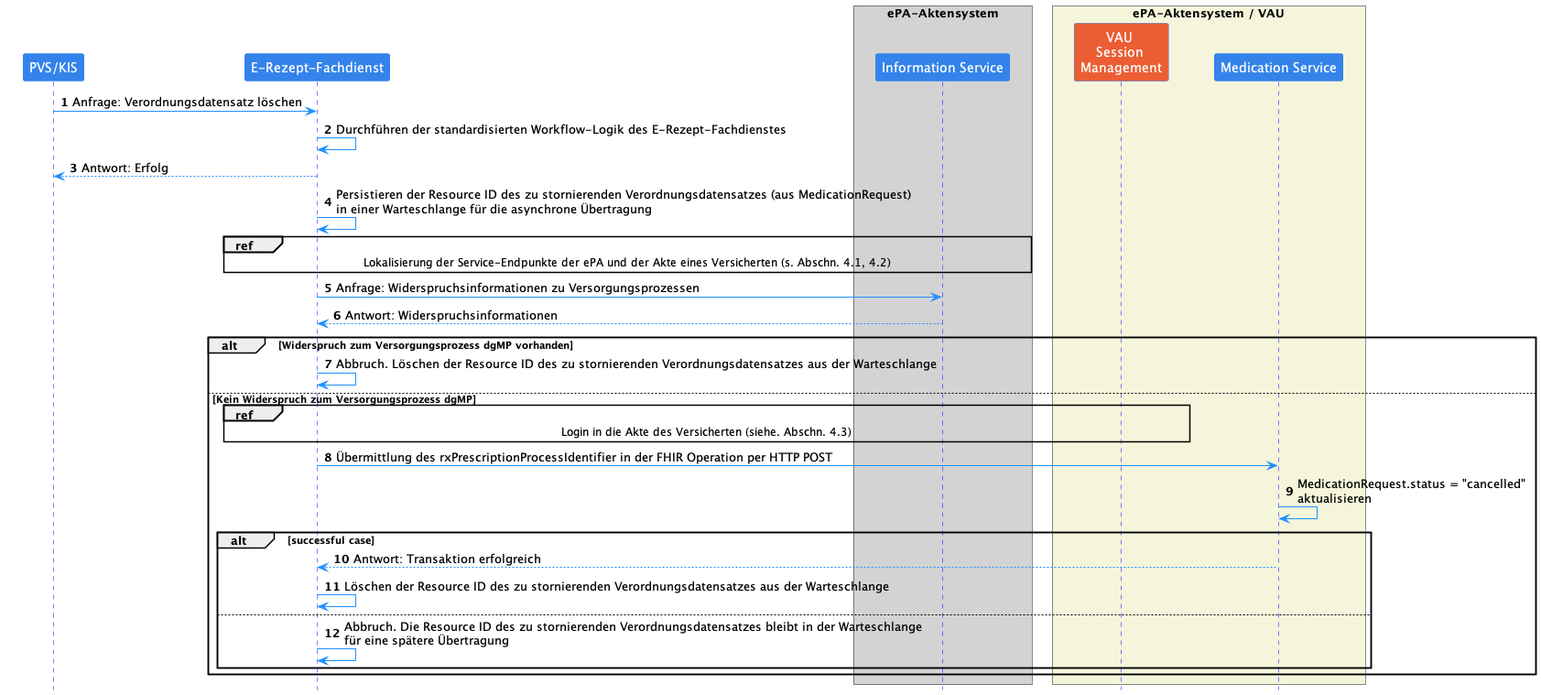
Above: images/plantuml/medicationmanagement.cancel.request.png in gematik/ePA-Medication (PlantUML), before the change. Its diagram source:
```plantuml
@startuml

skinparam Shadowing false
skinparam ParticipantPadding 20
skinparam BoxPadding 10

skinparam sequence {
    ArrowColor DodgerBlue
    ActorBorderColor DodgerBlue
    LifeLineBorderColor Blue

    ParticipantBackgroundColor #3483eb
    ParticipantBorderColor #3483eb
    ParticipantFontSize 14
    ParticipantFontColor White

    ActorBackgroundColor #3483eb
    ActorFontSize 14
    NoteBackgroundColor #3483eb
}

hide footbox
autonumber

participant "PVS/KIS" as PVS
participant "E-Rezept-Fachdienst" as ERFD

box "ePA-Aktensystem" #LightGray
    participant "Information Service" as IS
end box

box "ePA-Aktensystem / VAU" #Beige
    participant "VAU \nSession \nManagement" as VAU #eb5e34
    participant "Medication Service" as EPA
end box

PVS -> ERFD: Anfrage: Verordnungsdatensatz löschen
ERFD -> ERFD: Durchführen der standardisierten Workflow-Logik des E-Rezept-Fachdienstes
ERFD --> PVS: Antwort: Erfolg

ERFD -> ERFD: Persistieren der Resource ID des zu stornierenden Verordnungsdatensatzes (aus MedicationRequest)\nin einer Warteschlange für die asynchrone Übertragung

ref over ERFD, IS: Lokalisierung der Service-Endpunkte der ePA und der Akte eines Versicherten (s. Abschn. 4.1, 4.2)

ERFD -> IS: Anfrage: Widerspruchsinformationen zu Versorgungsprozessen
IS --> ERFD: Antwort: Widerspruchsinformationen

alt Widerspruch zum Versorgungsprozess dgMP vorhanden
    ERFD -> ERFD: Abbruch. Löschen der Resource ID des zu stornierenden Verordnungsdatensatzes aus der Warteschlange
else Kein Widerspruch zum Versorgungsprozess dgMP

    ref over ERFD, VAU: Login in die Akte des Versicherten (siehe. Abschn. 4.3)

    ERFD -> EPA: Übermittlung des rxPrescriptionProcessIdentifier in der FHIR Operation per HTTP POST
    EPA -> EPA: MedicationRequest.status = "cancelled"\naktualisieren

    alt successful case
        EPA --> ERFD: Antwort: Transaktion erfolgreich
        ERFD -> ERFD: Löschen der Resource ID des zu stornierenden Verordnungsdatensatzes aus der Warteschlange
    else
        ERFD -> ERFD: Abbruch. Die Resource ID des zu stornierenden Verordnungsdatensatzes bleibt in der Warteschlange\nfür eine spätere Übertragung
    end

end

@enduml
```
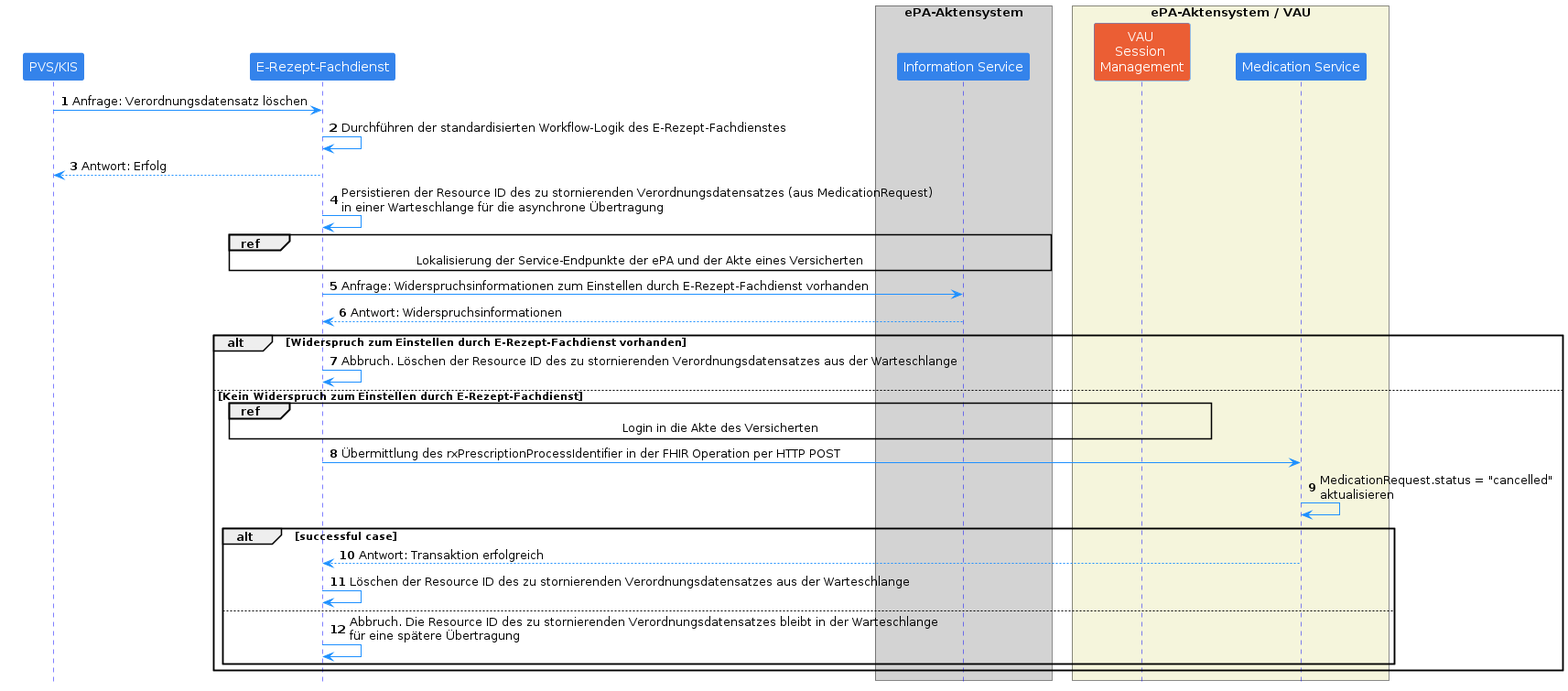
The same file after the commit.

What changed in the source:
```diff
@@ -40,16 +40,16 @@
 
 ERFD -> ERFD: Persistieren der Resource ID des zu stornierenden Verordnungsdatensatzes (aus MedicationRequest)\nin einer Warteschlange für die asynchrone Übertragung
 
-ref over ERFD, IS: Lokalisierung der Service-Endpunkte der ePA und der Akte eines Versicherten (s. Abschn. 4.1, 4.2)
+ref over ERFD, IS: Lokalisierung der Service-Endpunkte der ePA und der Akte eines Versicherten
 
-ERFD -> IS: Anfrage: Widerspruchsinformationen zu Versorgungsprozessen
+ERFD -> IS: Anfrage: Widerspruchsinformationen zum Einstellen durch E-Rezept-Fachdienst vorhanden
 IS --> ERFD: Antwort: Widerspruchsinformationen
 
-alt Widerspruch zum Versorgungsprozess dgMP vorhanden
+alt Widerspruch zum Einstellen durch E-Rezept-Fachdienst vorhanden
     ERFD -> ERFD: Abbruch. Löschen der Resource ID des zu stornierenden Verordnungsdatensatzes aus der Warteschlange
-else Kein Widerspruch zum Versorgungsprozess dgMP
+else Kein Widerspruch zum Einstellen durch E-Rezept-Fachdienst
 
-    ref over ERFD, VAU: Login in die Akte des Versicherten (siehe. Abschn. 4.3)
+    ref over ERFD, VAU: Login in die Akte des Versicherten
 
     ERFD -> EPA: Übermittlung des rxPrescriptionProcessIdentifier in der FHIR Operation per HTTP POST
     EPA -> EPA: MedicationRequest.status = "cancelled"\naktualisieren
```
